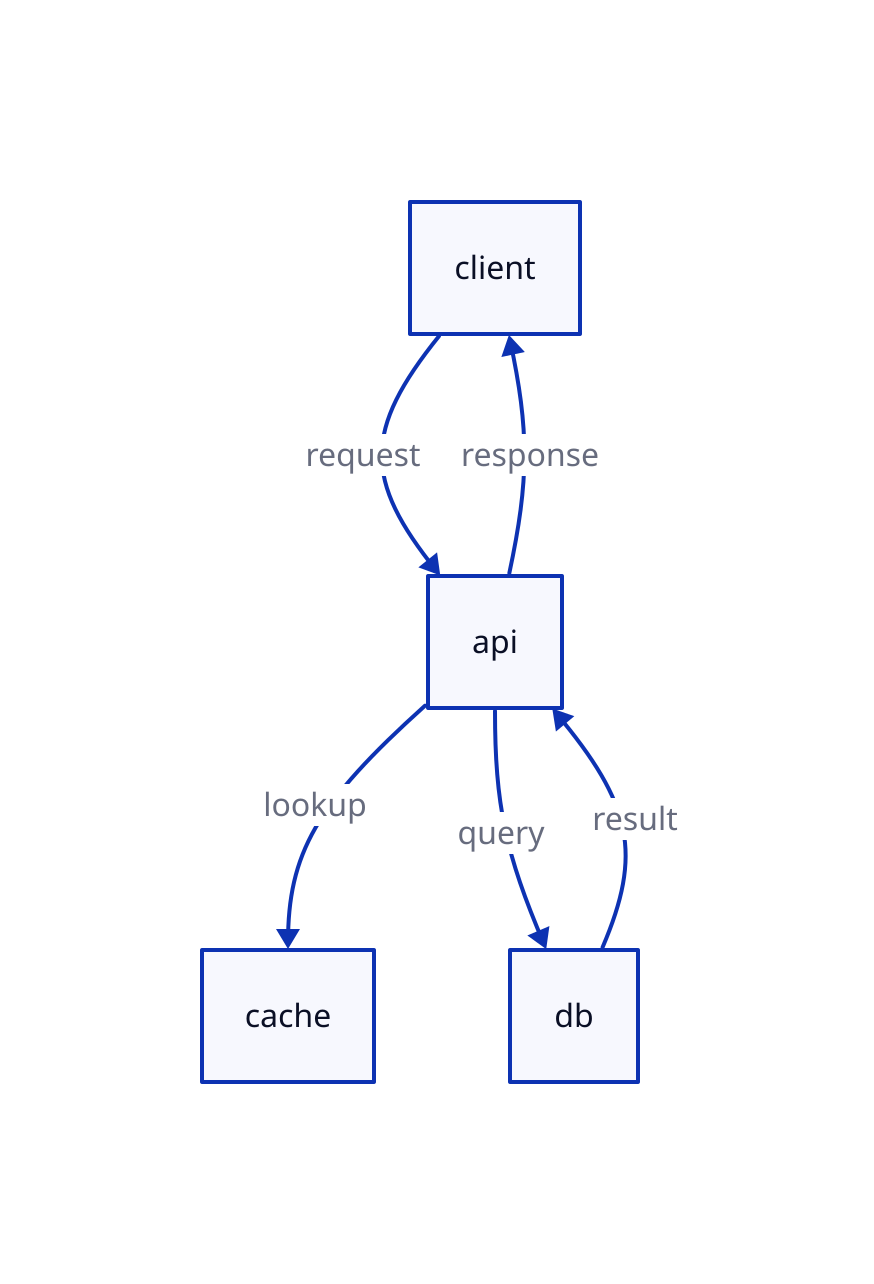
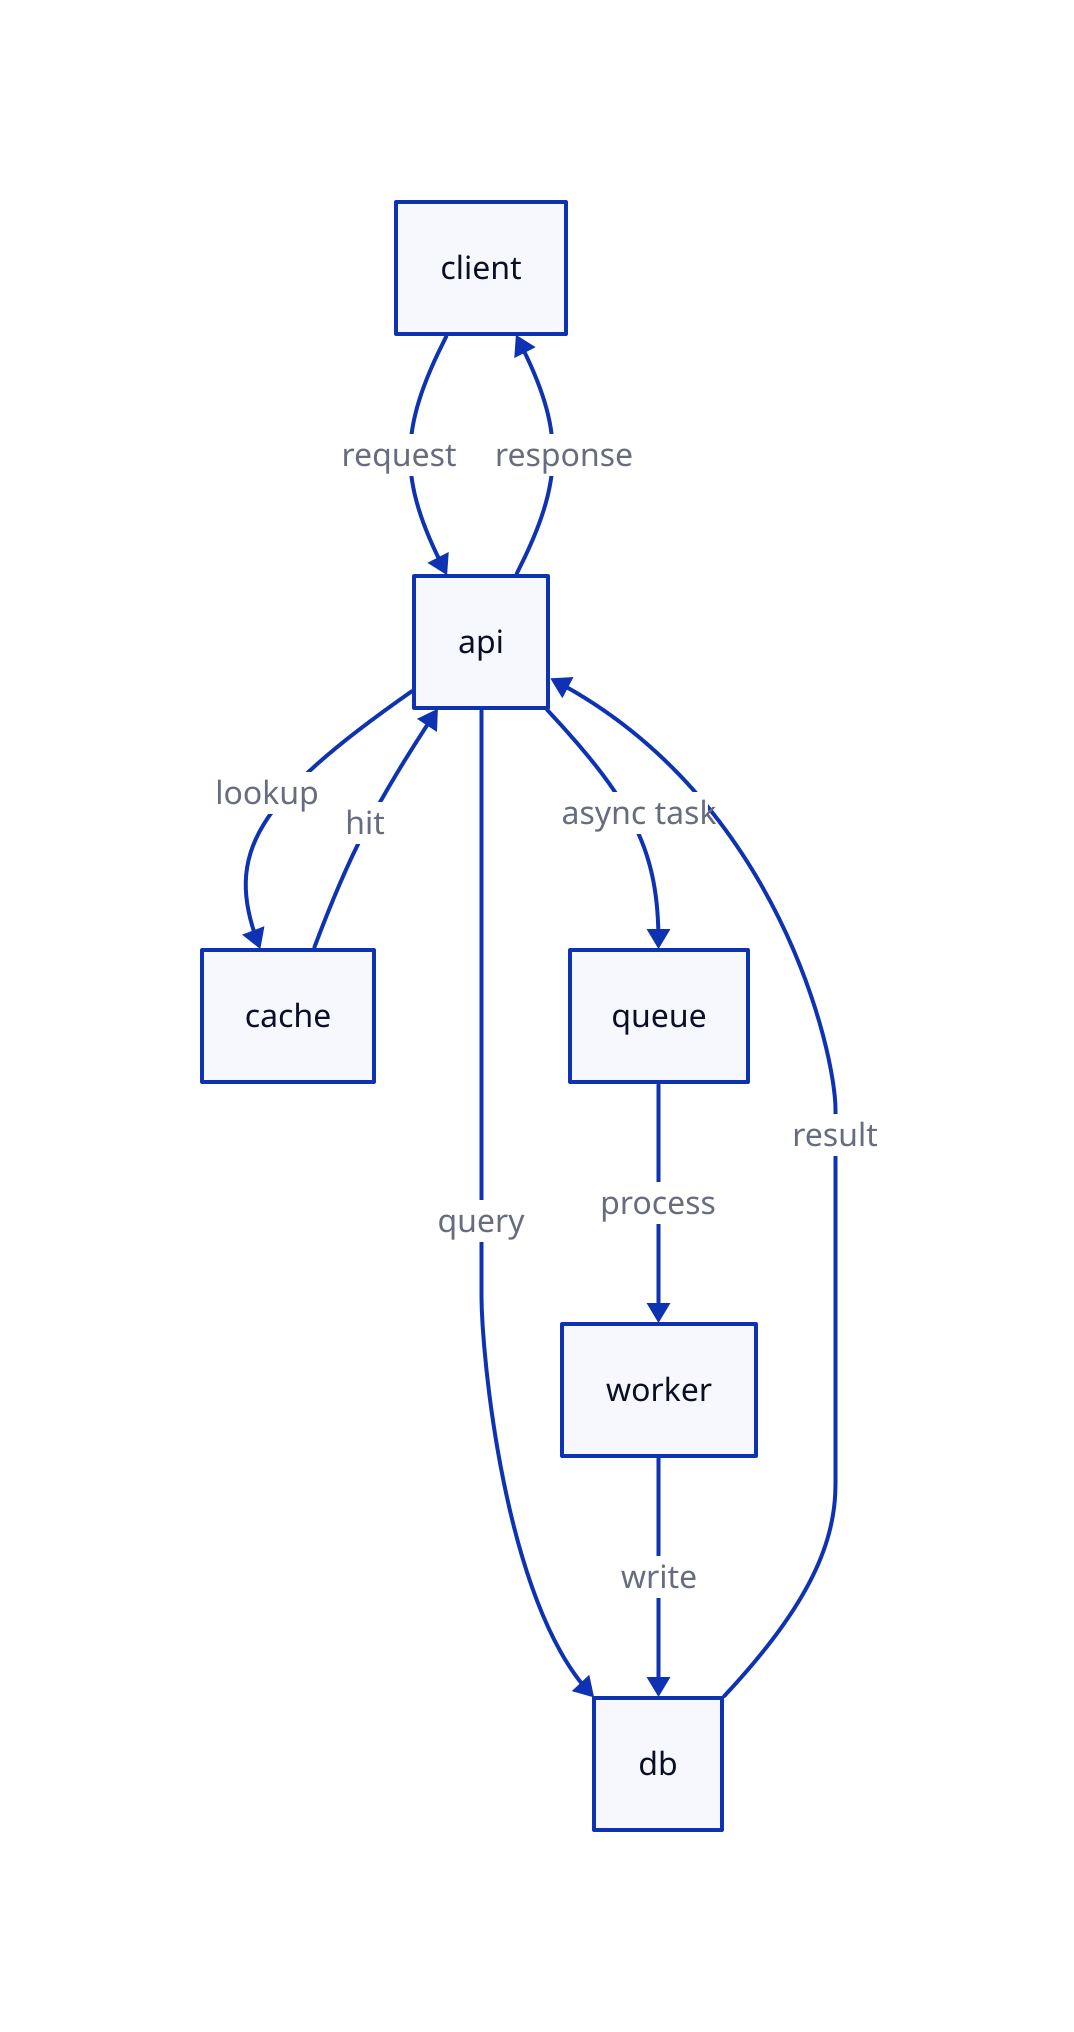
vars: {
  d2-config: {
    layout-engine: elk
  }
}

client -> api: request
api -> cache: lookup
api -> db: query
db -> api: result
+ cache -> api: hit
+ api -> queue: async task
+ queue -> worker: process
+ worker -> db: write
api -> client: response
